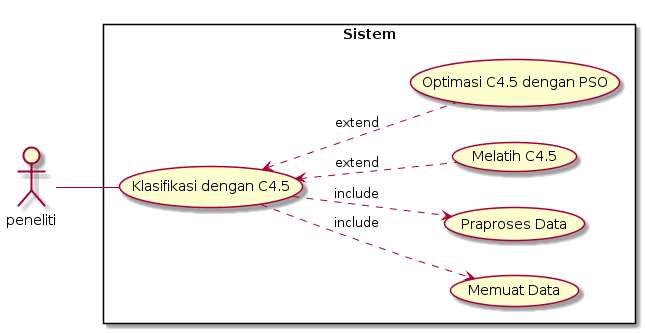
Before: diagrams/use_case_v4.png, a diagram exported from PlantUML (azhry/sentimen-c4.5-pso).
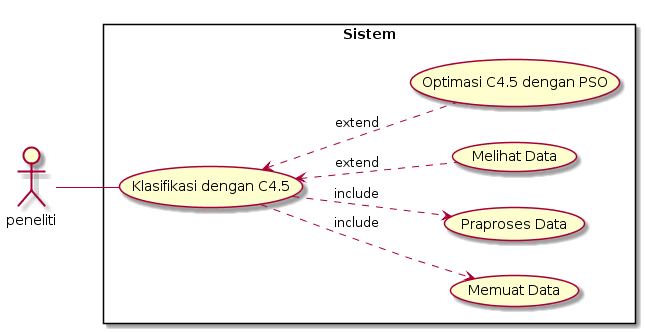
Above is the later version.

What changed in the source:
```diff
@@ -9,7 +9,7 @@
 	peneliti -- ( Klasifikasi dengan C4.5 )
     ( Klasifikasi dengan C4.5 ) ..> ( Memuat Data ) : include
     ( Klasifikasi dengan C4.5 ) ..> ( Praproses Data ) : include
-    ( Klasifikasi dengan C4.5 ) <.. ( Melatih C4.5 ) : extend
+    ( Klasifikasi dengan C4.5 ) <.. ( Melihat Data ) : extend
     ( Klasifikasi dengan C4.5 ) <.. ( Optimasi C4.5 dengan PSO ) : extend
 }
 @enduml
```
